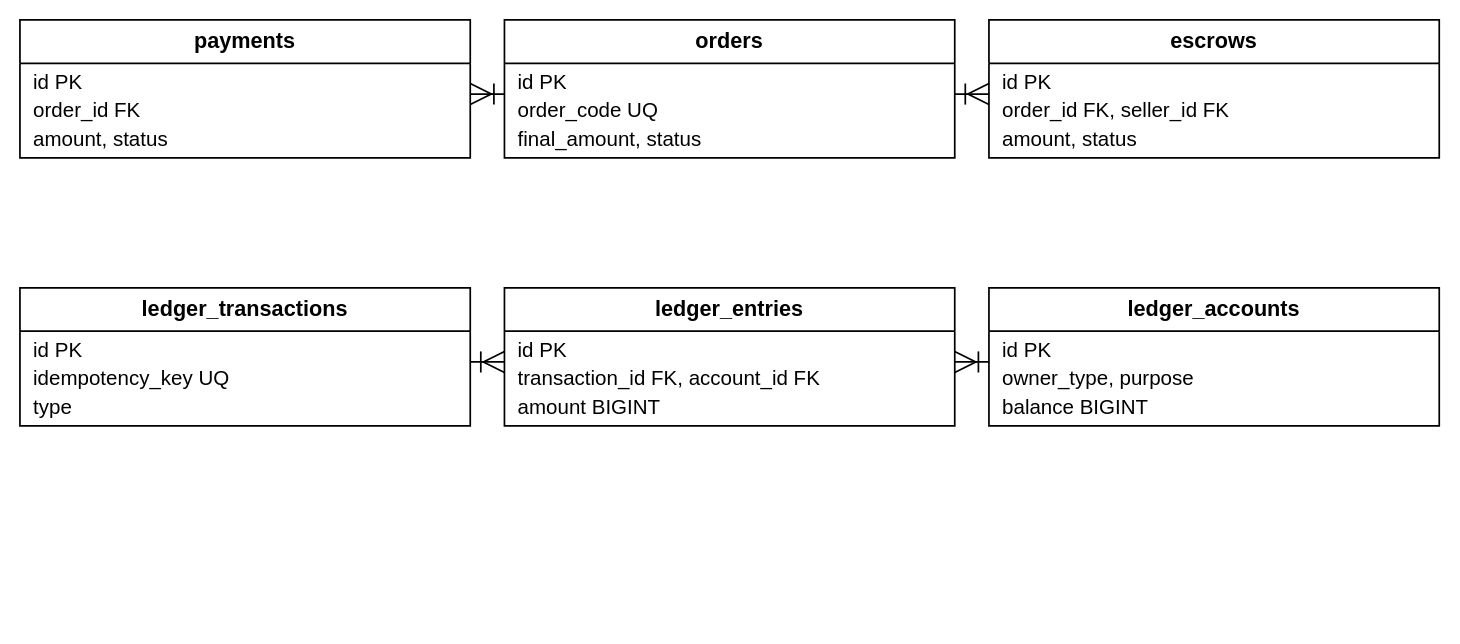
This is page "ERD Money" (9 of 13) of docs/system-design/drawio/12-slide-diagrams.drawio from tdat-dev/Zoldify_Backend, a draw.io file, before an edit. Source tidied: cells renumbered, new cells numbered last; positions are measured from the earlier drawing's top-left corner, leaving out a move shared by most shapes. Both pictures are drawn from the tidied source at 114%, with x=0, y=0 at pixel (19, 19).
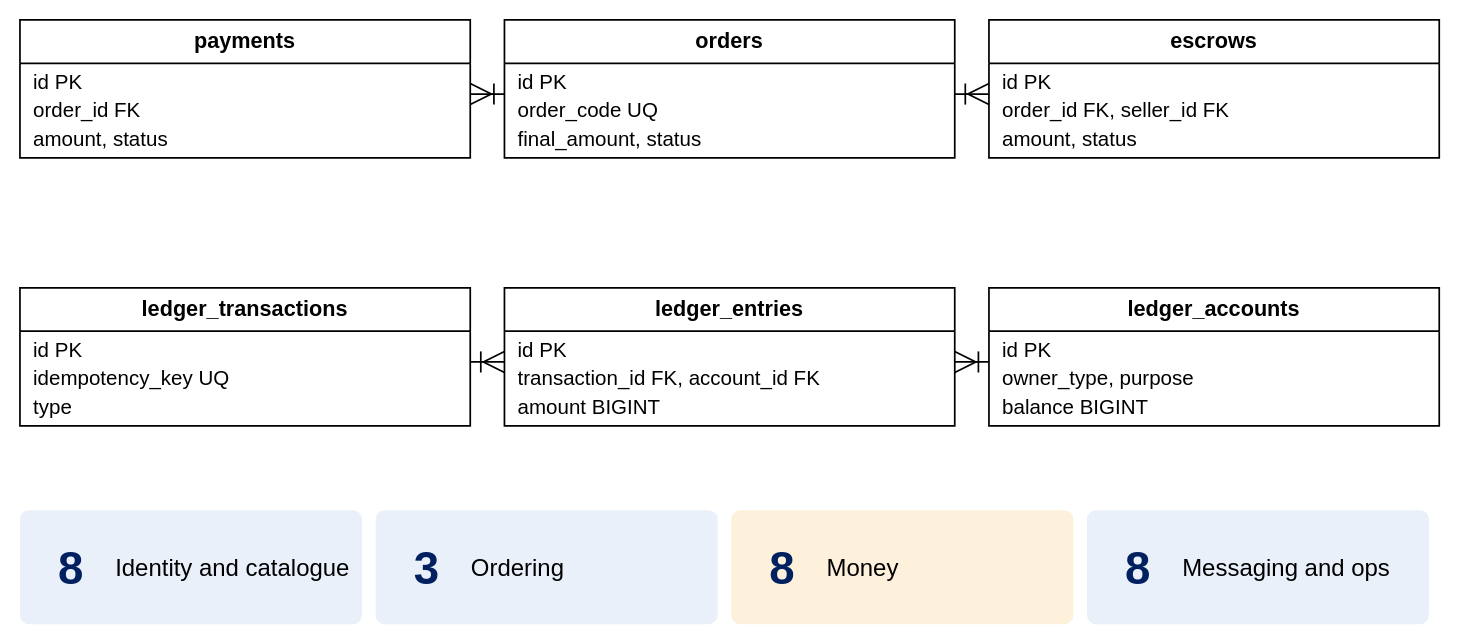
The same diagram, later.

The edit, as a diff of the source:
```diff
@@
+    <mxCell id="30" style="rounded=1;arcSize=8;whiteSpace=wrap;html=1;fillColor=#EAF0FA;strokeColor=none;fontFamily=Helvetica;fontColor=#000000;" parent="1" vertex="1">
+      <mxGeometry y="430" width="300" height="100" as="geometry" />
+    </mxCell>
+    <mxCell id="31" value="8" style="text;html=1;whiteSpace=wrap;verticalAlign=middle;align=center;fontSize=40;fontStyle=1;fontFamily=Helvetica;fontColor=#002060;" parent="1" vertex="1">
+      <mxGeometry x="10" y="430" width="70" height="100" as="geometry" />
+    </mxCell>
+    <mxCell id="32" value="Identity and catalogue" style="text;html=1;whiteSpace=wrap;verticalAlign=middle;align=left;fontSize=21;fontStyle=0;fontFamily=Helvetica;fontColor=#000000;" parent="1" vertex="1">
+      <mxGeometry x="82" y="430" width="210" height="100" as="geometry" />
+    </mxCell>
+    <mxCell id="33" style="rounded=1;arcSize=8;whiteSpace=wrap;html=1;fillColor=#EAF0FA;strokeColor=none;fontFamily=Helvetica;fontColor=#000000;" parent="1" vertex="1">
+      <mxGeometry x="312" y="430" width="300" height="100" as="geometry" />
+    </mxCell>
+    <mxCell id="34" value="3" style="text;html=1;whiteSpace=wrap;verticalAlign=middle;align=center;fontSize=40;fontStyle=1;fontFamily=Helvetica;fontColor=#002060;" parent="1" vertex="1">
+      <mxGeometry x="322" y="430" width="70" height="100" as="geometry" />
+    </mxCell>
+    <mxCell id="35" value="Ordering" style="text;html=1;whiteSpace=wrap;verticalAlign=middle;align=left;fontSize=21;fontStyle=0;fontFamily=Helvetica;fontColor=#000000;" parent="1" vertex="1">
+      <mxGeometry x="394" y="430" width="210" height="100" as="geometry" />
+    </mxCell>
+    <mxCell id="36" style="rounded=1;arcSize=8;whiteSpace=wrap;html=1;fillColor=#FDF1DC;strokeColor=none;fontFamily=Helvetica;fontColor=#000000;" parent="1" vertex="1">
+      <mxGeometry x="624" y="430" width="300" height="100" as="geometry" />
+    </mxCell>
+    <mxCell id="37" value="8" style="text;html=1;whiteSpace=wrap;verticalAlign=middle;align=center;fontSize=40;fontStyle=1;fontFamily=Helvetica;fontColor=#002060;" parent="1" vertex="1">
+      <mxGeometry x="634" y="430" width="70" height="100" as="geometry" />
+    </mxCell>
+    <mxCell id="38" value="Money" style="text;html=1;whiteSpace=wrap;verticalAlign=middle;align=left;fontSize=21;fontStyle=0;fontFamily=Helvetica;fontColor=#000000;" parent="1" vertex="1">
+      <mxGeometry x="706" y="430" width="210" height="100" as="geometry" />
+    </mxCell>
+    <mxCell id="39" style="rounded=1;arcSize=8;whiteSpace=wrap;html=1;fillColor=#EAF0FA;strokeColor=none;fontFamily=Helvetica;fontColor=#000000;" parent="1" vertex="1">
+      <mxGeometry x="936" y="430" width="300" height="100" as="geometry" />
+    </mxCell>
+    <mxCell id="40" value="8" style="text;html=1;whiteSpace=wrap;verticalAlign=middle;align=center;fontSize=40;fontStyle=1;fontFamily=Helvetica;fontColor=#002060;" parent="1" vertex="1">
+      <mxGeometry x="946" y="430" width="70" height="100" as="geometry" />
+    </mxCell>
+    <mxCell id="41" value="Messaging and ops" style="text;html=1;whiteSpace=wrap;verticalAlign=middle;align=left;fontSize=21;fontStyle=0;fontFamily=Helvetica;fontColor=#000000;" parent="1" vertex="1">
+      <mxGeometry x="1018" y="430" width="210" height="100" as="geometry" />
+    </mxCell>
```
